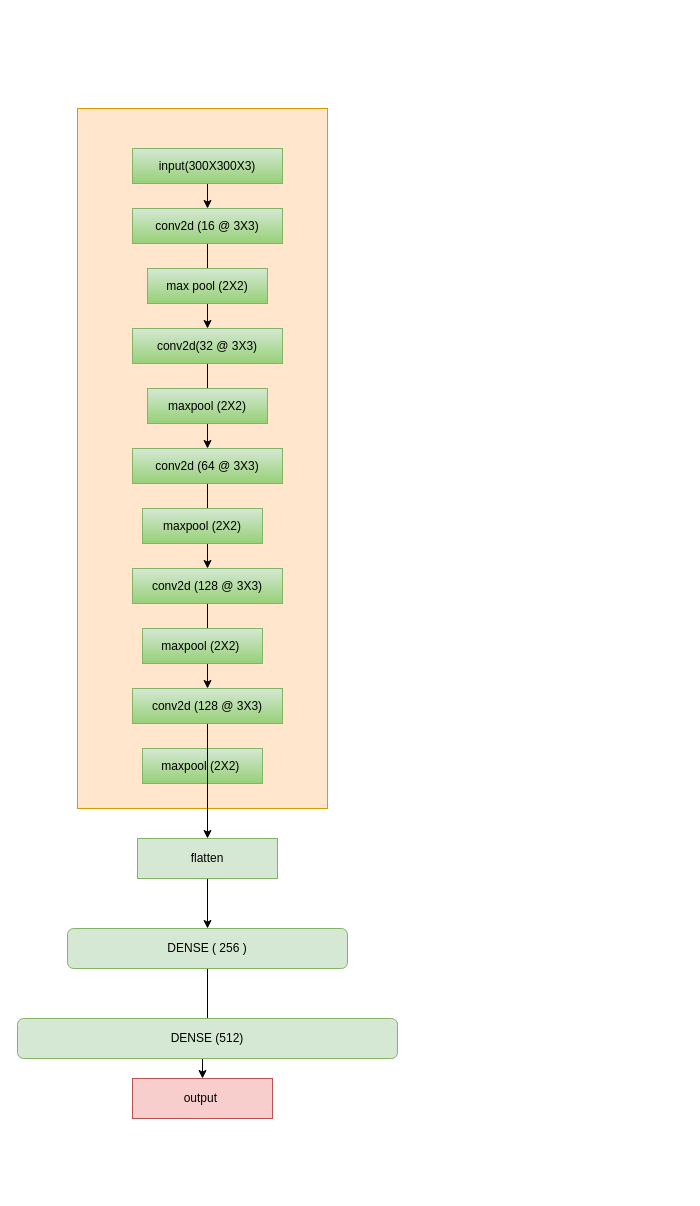
Above: Untitled Diagram.drawio in gopivarri-369y/pneumonia-detection-using-CNN-and-explainable-ai (draw.io), before the change. Source tidied: cells renumbered, new cells numbered last; positions are measured from the earlier drawing's top-left corner, leaving out a move shared by most shapes. Both pictures are drawn from the tidied source at 100%, with x=0, y=0 at pixel (17, 108).
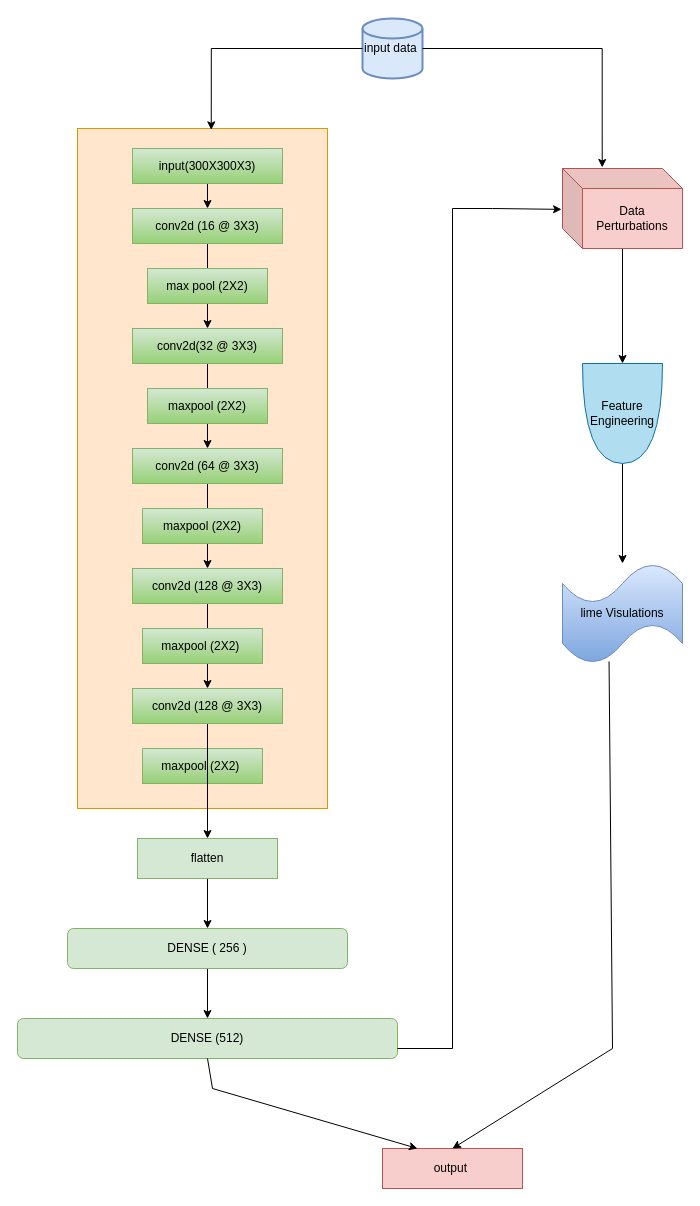
The same page after the edit.

The change refers to these unchanged cells:
```xml
<mxCell id="21" value="DENSE ( 256 )" style="rounded=1;whiteSpace=wrap;html=1;fillColor=#d5e8d4;strokeColor=#82b366;" parent="1" vertex="1">
  <mxGeometry x="50" y="820" width="280" height="40" as="geometry" />
</mxCell>
<mxCell id="22" value="DENSE (512)" style="rounded=1;whiteSpace=wrap;html=1;fillColor=#d5e8d4;strokeColor=#82b366;" parent="1" vertex="1">
  <mxGeometry y="910" width="380" height="40" as="geometry" />
</mxCell>
```

Change to the diagram source:
```diff
@@
     <mxCell id="2" style="rounded=0;whiteSpace=wrap;html=1;fillColor=#ffe6cc;strokeColor=#d79b00;" parent="1" vertex="1">
-      <mxGeometry x="60" width="250" height="700" as="geometry" />
+      <mxGeometry x="60" y="20" width="250" height="680" as="geometry" />
     </mxCell>
@@
-    <mxCell id="20" style="edgeStyle=orthogonalEdgeStyle;rounded=0;jettySize=auto;html=1;" parent="1" edge="1" source="21" target="23">
-      <mxGeometry relative="1" as="geometry" />
-    </mxCell>
+    <mxCell id="26" style="edgeStyle=orthogonalEdgeStyle;rounded=0;jettySize=auto;html=1;" parent="1" edge="1" source="21" target="22">
+      <mxGeometry relative="1" as="geometry" />
+    </mxCell>
@@
     <mxCell id="23" value="output&amp;nbsp;" style="rounded=0;whiteSpace=wrap;html=1;fillColor=#f8cecc;strokeColor=#b85450;" parent="1" vertex="1">
-      <mxGeometry x="115" y="970" width="140" height="40" as="geometry" />
+      <mxGeometry x="365" y="1040" width="140" height="40" as="geometry" />
     </mxCell>
@@
+    <mxCell id="27" style="edgeStyle=orthogonalEdgeStyle;rounded=0;jettySize=auto;html=1;" parent="1" edge="1" source="28" target="32">
+      <mxGeometry relative="1" as="geometry" />
+    </mxCell>
+    <mxCell id="28" value="Data Perturbations" style="shape=cube;whiteSpace=wrap;html=1;boundedLbl=1;backgroundOutline=1;darkOpacity=0.05;darkOpacity2=0.1;fillColor=#f8cecc;strokeColor=#b85450;" parent="1" vertex="1">
+      <mxGeometry x="545" y="60" width="120" height="80" as="geometry" />
+    </mxCell>
+    <mxCell id="29" value="input data&amp;nbsp;" style="strokeWidth=2;html=1;shape=mxgraph.flowchart.database;whiteSpace=wrap;fillColor=#dae8fc;strokeColor=#6c8ebf;" parent="1" vertex="1">
+      <mxGeometry x="345" y="-90" width="60" height="60" as="geometry" />
+    </mxCell>
+    <mxCell id="30" style="edgeStyle=orthogonalEdgeStyle;rounded=0;jettySize=auto;html=1;exitX=0;exitY=0.5;exitDx=0;exitDy=0;exitPerimeter=0;entryX=0.535;entryY=0.002;entryDx=0;entryDy=0;entryPerimeter=0;" parent="1" edge="1" source="29" target="2">
+      <mxGeometry relative="1" as="geometry" />
+    </mxCell>
+    <mxCell id="31" style="edgeStyle=orthogonalEdgeStyle;rounded=0;jettySize=auto;html=1;" parent="1" edge="1" source="32" target="33">
+      <mxGeometry relative="1" as="geometry" />
+    </mxCell>
+    <mxCell id="32" value="Feature Engineering" style="shape=or;whiteSpace=wrap;html=1;fillColor=#b1ddf0;strokeColor=#10739e;direction=south;" parent="1" vertex="1">
+      <mxGeometry x="565" y="255" width="80" height="100" as="geometry" />
+    </mxCell>
+    <mxCell id="33" value="lime Visulations" style="shape=tape;whiteSpace=wrap;html=1;fillColor=#dae8fc;gradientColor=#7ea6e0;strokeColor=#6c8ebf;" parent="1" vertex="1">
+      <mxGeometry x="545" y="455" width="120" height="100" as="geometry" />
+    </mxCell>
+    <mxCell id="34" style="edgeStyle=orthogonalEdgeStyle;rounded=0;jettySize=auto;html=1;exitX=1;exitY=0.5;exitDx=0;exitDy=0;exitPerimeter=0;entryX=0.331;entryY=-0.013;entryDx=0;entryDy=0;entryPerimeter=0;" parent="1" edge="1" source="29" target="28">
+      <mxGeometry relative="1" as="geometry" />
+    </mxCell>
+    <mxCell id="35" style="endArrow=none;html=1;rounded=0;" parent="1" edge="1">
+      <mxGeometry relative="1" as="geometry">
+        <mxPoint x="380" y="940" as="sourcePoint" />
+        <mxPoint x="435" y="100" as="targetPoint" />
+        <Array as="points">
+          <mxPoint x="435" y="940" />
+        </Array>
+      </mxGeometry>
+    </mxCell>
+    <mxCell id="36" style="endArrow=classic;html=1;rounded=0;entryX=-0.008;entryY=0.511;entryDx=0;entryDy=0;entryPerimeter=0;" parent="1" edge="1" target="28">
+      <mxGeometry relative="1" as="geometry">
+        <mxPoint x="435" y="100" as="sourcePoint" />
+        <Array as="points">
+          <mxPoint x="475" y="100" />
+        </Array>
+      </mxGeometry>
+    </mxCell>
+    <mxCell id="37" style="endArrow=classic;html=1;rounded=0;exitX=0.5;exitY=1;exitDx=0;exitDy=0;entryX=0.25;entryY=0;entryDx=0;entryDy=0;" parent="1" edge="1" source="22" target="23">
+      <mxGeometry relative="1" as="geometry">
+        <Array as="points">
+          <mxPoint x="195" y="980" />
+        </Array>
+      </mxGeometry>
+    </mxCell>
+    <mxCell id="38" style="endArrow=none;html=1;rounded=0;entryX=0.388;entryY=0.979;entryDx=0;entryDy=0;entryPerimeter=0;" parent="1" edge="1" target="33">
+      <mxGeometry relative="1" as="geometry">
+        <mxPoint x="595" y="940" as="sourcePoint" />
+      </mxGeometry>
+    </mxCell>
+    <mxCell id="39" style="endArrow=classic;html=1;rounded=0;entryX=0.5;entryY=0;entryDx=0;entryDy=0;" parent="1" edge="1" target="23">
+      <mxGeometry relative="1" as="geometry">
+        <mxPoint x="595" y="940" as="sourcePoint" />
+      </mxGeometry>
+    </mxCell>
```
